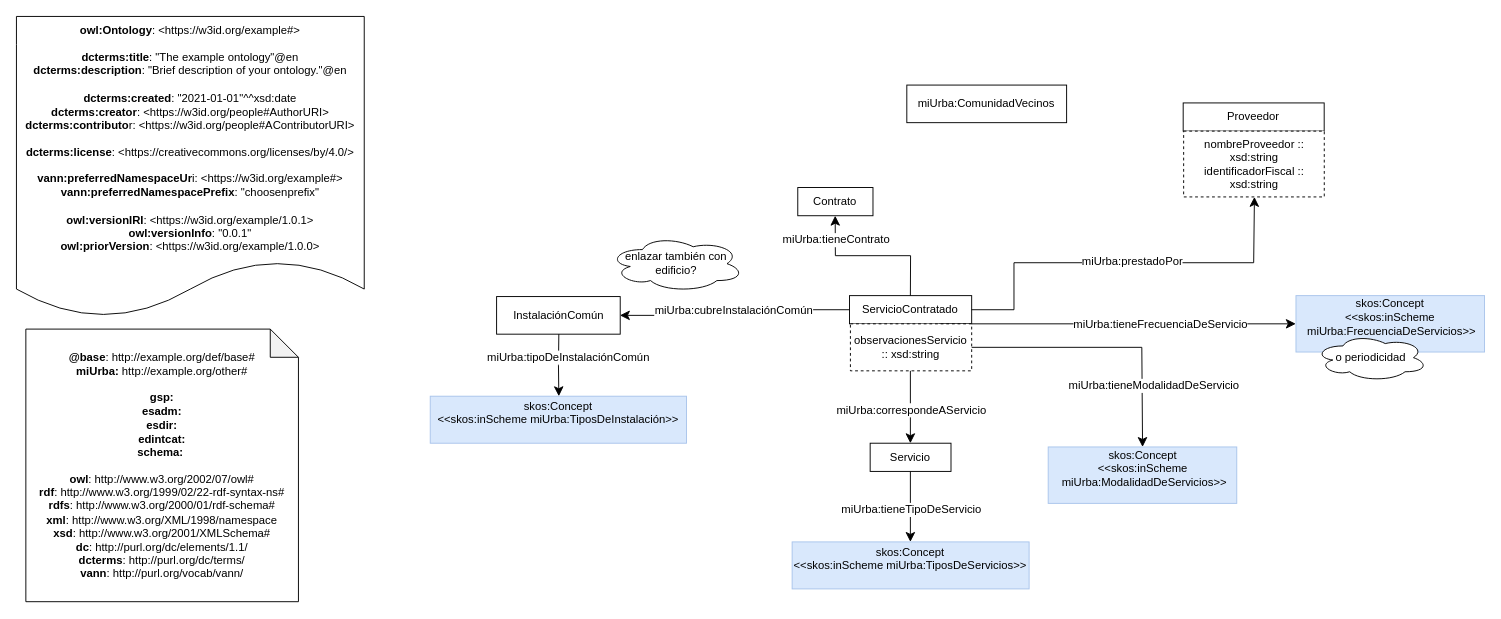
Earlier version of the draw.io diagram page "servicios" (3 of 6) of diagrams/diagrama.drawio (oeg-upm/ontologia-miUrba). Source tidied: cells renumbered, new cells numbered last; positions are measured from the earlier drawing's top-left corner, leaving out a move shared by most shapes. Both pictures are drawn from the tidied source at 94%, with x=0, y=0 at pixel (16, 16).
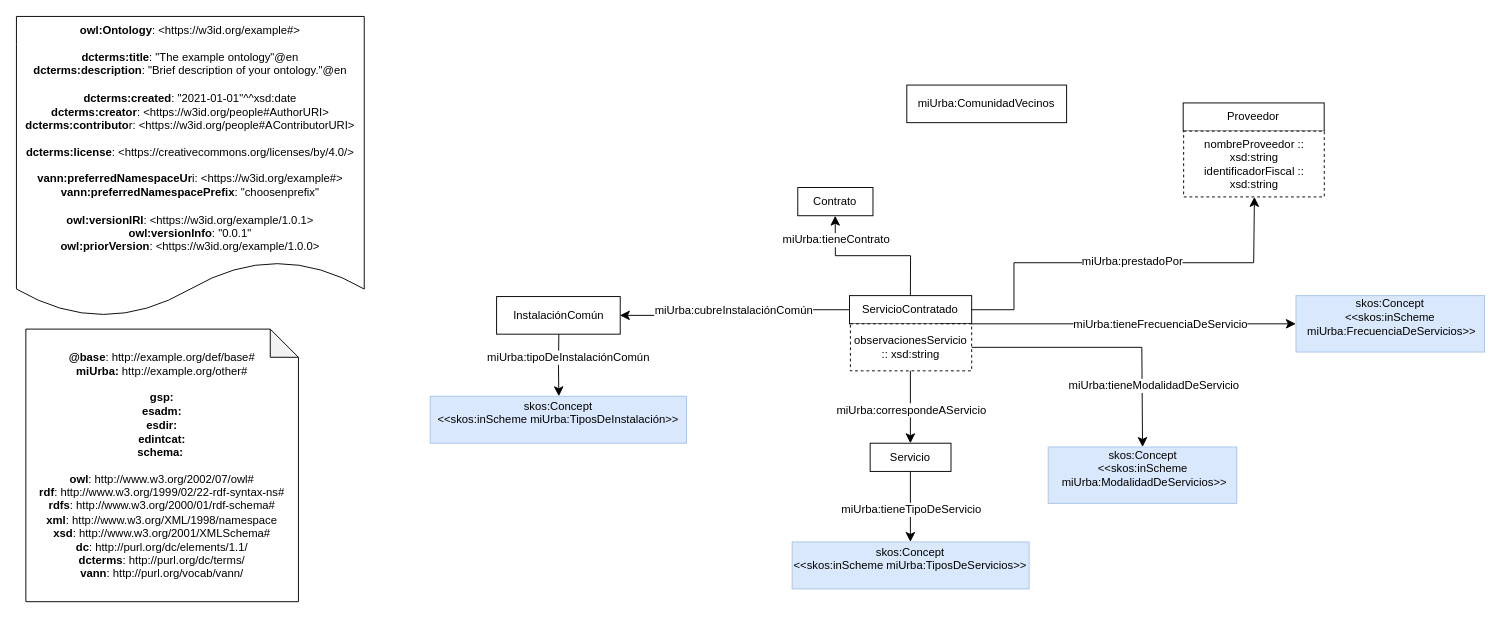
After the change.

Change to the diagram source:
```diff
@@
-    <mxCell id="18" value="enlazar también con edificio?" style="ellipse;shape=cloud;whiteSpace=wrap;html=1;" parent="1" vertex="1">
-      <mxGeometry x="630" y="233" width="143.9" height="60" as="geometry" />
-    </mxCell>
@@
-    <mxCell id="29" value="o periodicidad" style="ellipse;shape=cloud;whiteSpace=wrap;html=1;" parent="1" vertex="1">
-      <mxGeometry x="1381.2" y="338" width="120" height="50" as="geometry" />
-    </mxCell>
```
